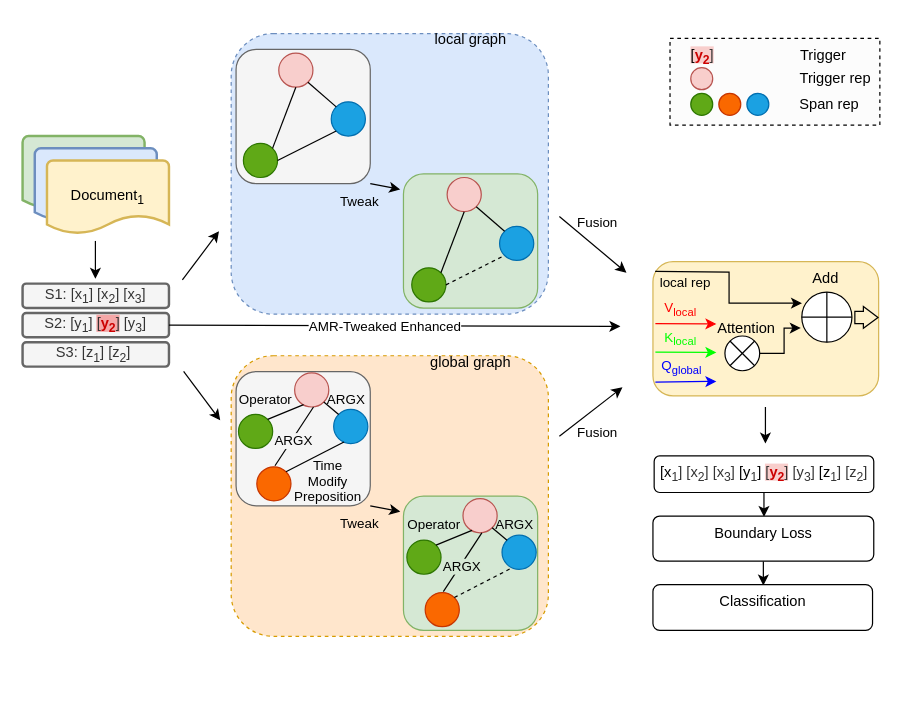
This is model-modify2.drawio from crawlerWPS/drawing, a draw.io file, before an edit. Source tidied: cells renumbered, new cells numbered last; positions are measured from the earlier drawing's top-left corner, leaving out a move shared by most shapes. Both pictures are drawn from the tidied source at 122%, with x=0, y=0 at pixel (22, 21).
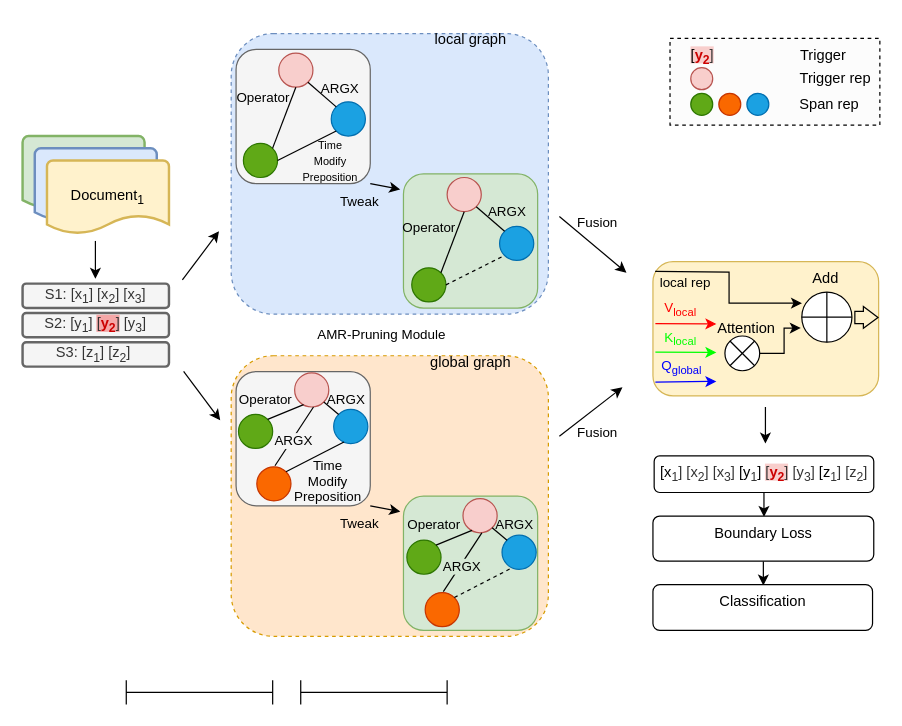
The same page after the edit.

Unchanged cells that the change refers to:
```xml
<mxCell id="8" value="S2: [y&lt;sub&gt;1&lt;/sub&gt;] &lt;span style=&quot;background-color: rgb(245, 167, 167);&quot;&gt;[&lt;font style=&quot;&quot; color=&quot;#cc0000&quot;&gt;&lt;b&gt;y&lt;sub&gt;2&lt;/sub&gt;&lt;/b&gt;&lt;/font&gt;]&lt;/span&gt; [y&lt;sub&gt;3&lt;/sub&gt;]" style="rounded=1;whiteSpace=wrap;html=1;strokeWidth=2;fillColor=#f5f5f5;fontColor=#333333;strokeColor=#666666;" parent="1" vertex="1">
  <mxGeometry y="239" width="120" height="20" as="geometry" />
</mxCell>
<mxCell id="22" style="endArrow=none;html=1;rounded=0;entryX=0.5;entryY=1;entryDx=0;entryDy=0;exitX=1;exitY=0;exitDx=0;exitDy=0;" parent="1" edge="1" source="21" target="19">
  <mxGeometry relative="1" as="geometry" />
</mxCell>
<mxCell id="23" style="endArrow=none;html=1;rounded=0;entryX=0;entryY=1;entryDx=0;entryDy=0;exitX=1;exitY=0.5;exitDx=0;exitDy=0;" parent="1" edge="1" source="21" target="20">
  <mxGeometry relative="1" as="geometry" />
</mxCell>
<mxCell id="24" style="endArrow=none;html=1;rounded=0;entryX=0;entryY=0;entryDx=0;entryDy=0;exitX=1;exitY=1;exitDx=0;exitDy=0;" parent="1" edge="1" source="19" target="20">
  <mxGeometry relative="1" as="geometry" />
</mxCell>
<mxCell id="61" style="endArrow=none;html=1;rounded=0;entryX=0.5;entryY=1;entryDx=0;entryDy=0;exitX=1;exitY=0;exitDx=0;exitDy=0;" parent="1" edge="1" source="60" target="58">
  <mxGeometry relative="1" as="geometry" />
</mxCell>
<mxCell id="63" style="endArrow=none;html=1;rounded=0;entryX=0;entryY=0;entryDx=0;entryDy=0;exitX=1;exitY=1;exitDx=0;exitDy=0;" parent="1" edge="1" source="58" target="59">
  <mxGeometry relative="1" as="geometry" />
</mxCell>
```

The edit, as a diff of the source:
```diff
@@
+    <mxCell id="93" value="Operator" style="edgeLabel;html=1;align=center;verticalAlign=middle;labelBackgroundColor=none;" parent="22" vertex="1">
+      <mxGeometry x="0.12" relative="1" as="geometry">
+        <mxPoint x="-19" y="-14" as="offset" />
+      </mxGeometry>
+    </mxCell>
@@
+    <mxCell id="94" value="&lt;font style=&quot;font-size: 9px;&quot;&gt;Time&lt;br style=&quot;border-color: var(--border-color);&quot;&gt;&lt;span style=&quot;border-color: var(--border-color);&quot;&gt;Modify&lt;/span&gt;&lt;br style=&quot;border-color: var(--border-color);&quot;&gt;&lt;span style=&quot;border-color: var(--border-color);&quot;&gt;Preposition&lt;/span&gt;&lt;/font&gt;" style="edgeLabel;html=1;align=center;verticalAlign=middle;labelBackgroundColor=none;" parent="23" vertex="1">
+      <mxGeometry x="0.2" y="1" relative="1" as="geometry">
+        <mxPoint x="14" y="15" as="offset" />
+      </mxGeometry>
+    </mxCell>
@@
+    <mxCell id="95" value="ARGX" style="edgeLabel;html=1;align=center;verticalAlign=middle;labelBackgroundColor=none;" parent="24" vertex="1">
+      <mxGeometry x="-0.22" y="1" relative="1" as="geometry">
+        <mxPoint x="16" y="-3" as="offset" />
+      </mxGeometry>
+    </mxCell>
@@
-    <mxCell id="39" style="endArrow=classic;html=1;rounded=0;exitX=1;exitY=0.5;exitDx=0;exitDy=0;" parent="1" edge="1" source="8">
-      <mxGeometry relative="1" as="geometry">
-        <mxPoint x="490" y="250" as="targetPoint" />
-      </mxGeometry>
-    </mxCell>
-    <mxCell id="40" value="AMR-Tweaked Enhanced" style="edgeLabel;html=1;align=center;verticalAlign=middle;" parent="39" vertex="1">
-      <mxGeometry x="0.25" y="-2" relative="1" as="geometry">
-        <mxPoint x="-54" y="-2" as="offset" />
-      </mxGeometry>
-    </mxCell>
@@
+    <mxCell id="96" value="Operator" style="edgeLabel;html=1;align=center;verticalAlign=middle;labelBackgroundColor=none;" parent="61" vertex="1">
+      <mxGeometry x="0.22" relative="1" as="geometry">
+        <mxPoint x="-22" y="-7" as="offset" />
+      </mxGeometry>
+    </mxCell>
@@
+    <mxCell id="97" value="ARGX" style="edgeLabel;html=1;align=center;verticalAlign=middle;labelBackgroundColor=none;" parent="63" vertex="1">
+      <mxGeometry x="-0.07" y="1" relative="1" as="geometry">
+        <mxPoint x="13" y="-5" as="offset" />
+      </mxGeometry>
+    </mxCell>
@@
+    <mxCell id="98" style="shape=crossbar;whiteSpace=wrap;html=1;rounded=1;" parent="1" vertex="1">
+      <mxGeometry x="85" y="540" width="120" height="20" as="geometry" />
+    </mxCell>
+    <mxCell id="99" style="shape=crossbar;whiteSpace=wrap;html=1;rounded=1;" parent="1" vertex="1">
+      <mxGeometry x="228" y="540" width="120" height="20" as="geometry" />
+    </mxCell>
+    <mxCell id="100" value="&lt;span style=&quot;color: rgb(0, 0, 0); font-family: Helvetica; font-size: 11px; font-style: normal; font-variant-ligatures: normal; font-variant-caps: normal; font-weight: 400; letter-spacing: normal; orphans: 2; text-align: center; text-indent: 0px; text-transform: none; widows: 2; word-spacing: 0px; -webkit-text-stroke-width: 0px; background-color: rgb(255, 255, 255); text-decoration-thickness: initial; text-decoration-style: initial; text-decoration-color: initial; float: none; display: inline !important;&quot;&gt;AMR-Pruning Module&lt;/span&gt;" style="text;whiteSpace=wrap;html=1;" parent="1" vertex="1">
+      <mxGeometry x="240" y="243" width="140" height="40" as="geometry" />
+    </mxCell>
```
